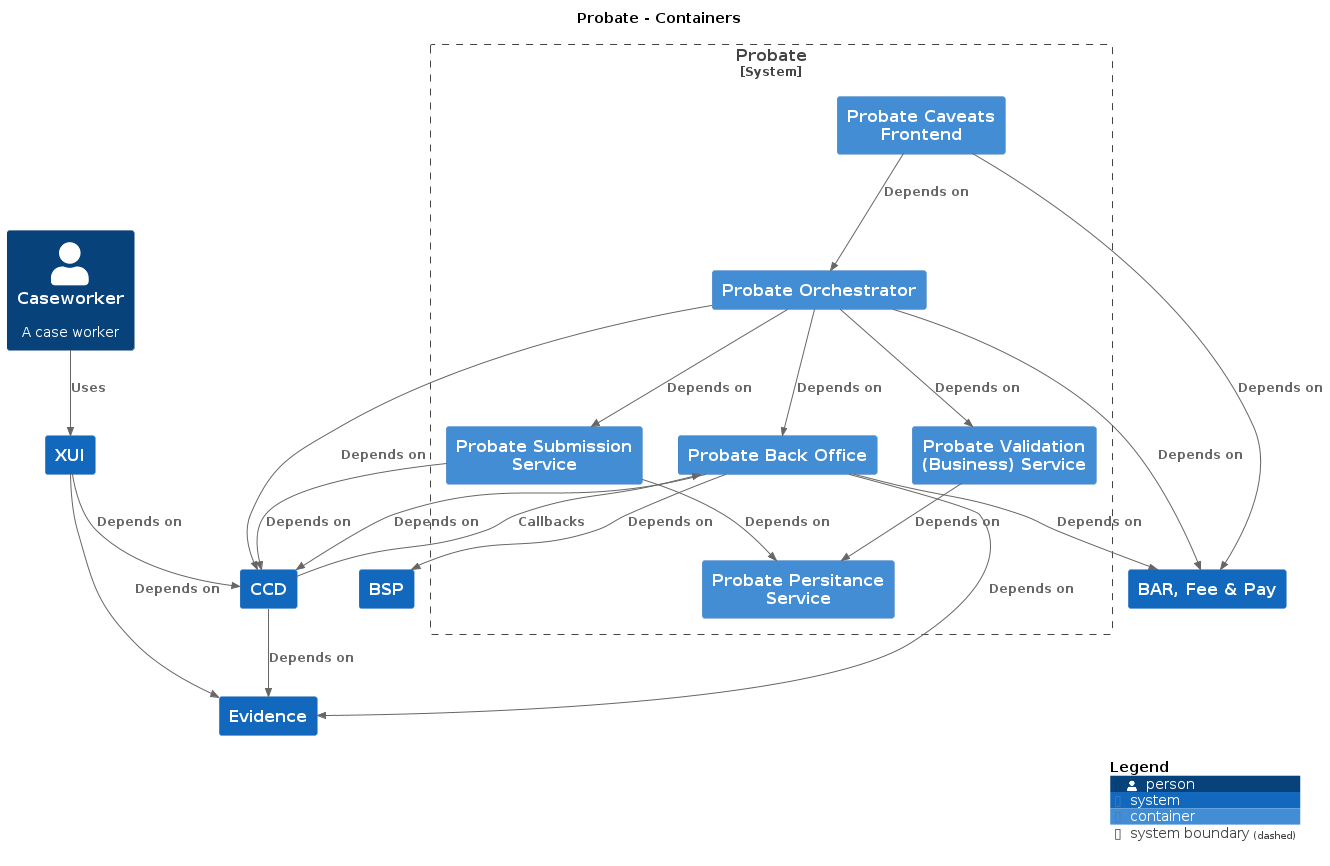
This is docs/c4/probate/images/structurizr-probate-caseworker.png from hmcts/cnp-api-docs, a PlantUML export, as it was before one commit. Its diagram source:
```plantuml
@startuml
set separator none
title Probate - Containers

top to bottom direction

!include <C4/C4>
!include <C4/C4_Context>
!include <C4/C4_Container>

System(CCD, "CCD", $descr="", $tags="", $link="")
System(BSP, "BSP", $descr="", $tags="", $link="")
System(BARFeePay, "BAR, Fee & Pay", $descr="", $tags="", $link="")
System(Evidence, "Evidence", $descr="", $tags="", $link="")
Person(Caseworker, "Caseworker", $descr="A case worker", $tags="", $link="")
System(XUI, "XUI", $descr="", $tags="", $link="")

System_Boundary("Probate_boundary", "Probate", $tags="") {
  Container(Probate.ProbatePersitanceService, "Probate Persitance Service", $techn="", $descr="", $tags="", $link="")
  Container(Probate.ProbateSubmissionService, "Probate Submission Service", $techn="", $descr="", $tags="", $link="")
  Container(Probate.ProbateCaveatsFrontend, "Probate Caveats Frontend", $techn="", $descr="", $tags="", $link="")
  Container(Probate.ProbateOrchestrator, "Probate Orchestrator", $techn="", $descr="", $tags="", $link="")
  Container(Probate.ProbateBackOffice, "Probate Back Office", $techn="", $descr="", $tags="", $link="")
  Container(Probate.ProbateValidationBusinessService, "Probate Validation (Business) Service", $techn="", $descr="", $tags="", $link="")
}

Rel_D(CCD, Evidence, "Depends on", $techn="", $tags="", $link="")
Rel_D(XUI, Evidence, "Depends on", $techn="", $tags="", $link="")
Rel_D(XUI, CCD, "Depends on", $techn="", $tags="", $link="")
Rel_D(Probate.ProbateSubmissionService, CCD, "Depends on", $techn="", $tags="", $link="")
Rel_D(Probate.ProbateSubmissionService, Probate.ProbatePersitanceService, "Depends on", $techn="", $tags="", $link="")
Rel_D(Probate.ProbateCaveatsFrontend, BARFeePay, "Depends on", $techn="", $tags="", $link="")
Rel_D(Probate.ProbateCaveatsFrontend, Probate.ProbateOrchestrator, "Depends on", $techn="", $tags="", $link="")
Rel_D(Probate.ProbateOrchestrator, Probate.ProbateSubmissionService, "Depends on", $techn="", $tags="", $link="")
Rel_D(Probate.ProbateOrchestrator, Probate.ProbateValidationBusinessService, "Depends on", $techn="", $tags="", $link="")
Rel_D(Probate.ProbateOrchestrator, Probate.ProbateBackOffice, "Depends on", $techn="", $tags="", $link="")
Rel_D(Probate.ProbateOrchestrator, BARFeePay, "Depends on", $techn="", $tags="", $link="")
Rel_D(Probate.ProbateOrchestrator, CCD, "Depends on", $techn="", $tags="", $link="")
Rel_D(Probate.ProbateBackOffice, CCD, "Depends on", $techn="", $tags="", $link="")
Rel_D(Probate.ProbateBackOffice, BARFeePay, "Depends on", $techn="", $tags="", $link="")
Rel_D(Probate.ProbateBackOffice, Evidence, "Depends on", $techn="", $tags="", $link="")
Rel_D(Probate.ProbateBackOffice, BSP, "Depends on", $techn="", $tags="", $link="")
Rel_D(Probate.ProbateValidationBusinessService, Probate.ProbatePersitanceService, "Depends on", $techn="", $tags="", $link="")
Rel_D(Caseworker, XUI, "Uses", $techn="", $tags="", $link="")
Rel_D(CCD, Probate.ProbateBackOffice, "Callbacks", $techn="", $tags="", $link="")

SHOW_DYNAMIC_LEGEND()
@enduml
```
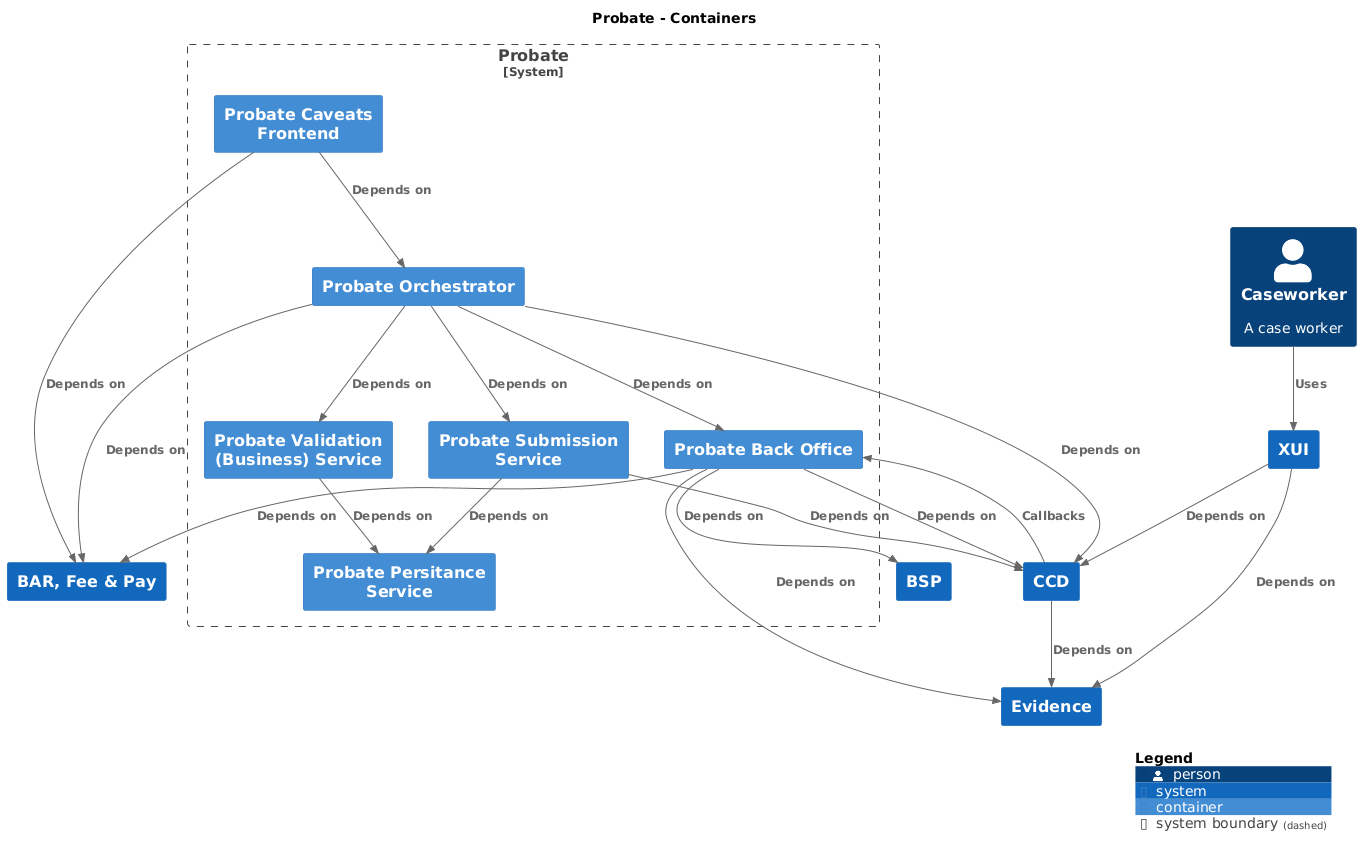
The same file after the commit.

Change to the diagram source:
```diff
@@ -8,12 +8,12 @@
 !include <C4/C4_Context>
 !include <C4/C4_Container>
 
+System(BARFeePay, "BAR, Fee & Pay", $descr="", $tags="", $link="")
 System(CCD, "CCD", $descr="", $tags="", $link="")
+System(Evidence, "Evidence", $descr="", $tags="", $link="")
 System(BSP, "BSP", $descr="", $tags="", $link="")
-System(BARFeePay, "BAR, Fee & Pay", $descr="", $tags="", $link="")
-System(Evidence, "Evidence", $descr="", $tags="", $link="")
+System(XUI, "XUI", $descr="", $tags="", $link="")
 Person(Caseworker, "Caseworker", $descr="A case worker", $tags="", $link="")
-System(XUI, "XUI", $descr="", $tags="", $link="")
 
 System_Boundary("Probate_boundary", "Probate", $tags="") {
   Container(Probate.ProbatePersitanceService, "Probate Persitance Service", $techn="", $descr="", $tags="", $link="")
@@ -24,25 +24,25 @@
   Container(Probate.ProbateValidationBusinessService, "Probate Validation (Business) Service", $techn="", $descr="", $tags="", $link="")
 }
 
-Rel_D(CCD, Evidence, "Depends on", $techn="", $tags="", $link="")
-Rel_D(XUI, Evidence, "Depends on", $techn="", $tags="", $link="")
-Rel_D(XUI, CCD, "Depends on", $techn="", $tags="", $link="")
-Rel_D(Probate.ProbateSubmissionService, CCD, "Depends on", $techn="", $tags="", $link="")
-Rel_D(Probate.ProbateSubmissionService, Probate.ProbatePersitanceService, "Depends on", $techn="", $tags="", $link="")
-Rel_D(Probate.ProbateCaveatsFrontend, BARFeePay, "Depends on", $techn="", $tags="", $link="")
-Rel_D(Probate.ProbateCaveatsFrontend, Probate.ProbateOrchestrator, "Depends on", $techn="", $tags="", $link="")
-Rel_D(Probate.ProbateOrchestrator, Probate.ProbateSubmissionService, "Depends on", $techn="", $tags="", $link="")
-Rel_D(Probate.ProbateOrchestrator, Probate.ProbateValidationBusinessService, "Depends on", $techn="", $tags="", $link="")
-Rel_D(Probate.ProbateOrchestrator, Probate.ProbateBackOffice, "Depends on", $techn="", $tags="", $link="")
-Rel_D(Probate.ProbateOrchestrator, BARFeePay, "Depends on", $techn="", $tags="", $link="")
-Rel_D(Probate.ProbateOrchestrator, CCD, "Depends on", $techn="", $tags="", $link="")
-Rel_D(Probate.ProbateBackOffice, CCD, "Depends on", $techn="", $tags="", $link="")
-Rel_D(Probate.ProbateBackOffice, BARFeePay, "Depends on", $techn="", $tags="", $link="")
-Rel_D(Probate.ProbateBackOffice, Evidence, "Depends on", $techn="", $tags="", $link="")
-Rel_D(Probate.ProbateBackOffice, BSP, "Depends on", $techn="", $tags="", $link="")
-Rel_D(Probate.ProbateValidationBusinessService, Probate.ProbatePersitanceService, "Depends on", $techn="", $tags="", $link="")
-Rel_D(Caseworker, XUI, "Uses", $techn="", $tags="", $link="")
-Rel_D(CCD, Probate.ProbateBackOffice, "Callbacks", $techn="", $tags="", $link="")
+Rel(CCD, Evidence, "Depends on", $techn="", $tags="", $link="")
+Rel(XUI, Evidence, "Depends on", $techn="", $tags="", $link="")
+Rel(XUI, CCD, "Depends on", $techn="", $tags="", $link="")
+Rel(Probate.ProbateSubmissionService, CCD, "Depends on", $techn="", $tags="", $link="")
+Rel(Probate.ProbateSubmissionService, Probate.ProbatePersitanceService, "Depends on", $techn="", $tags="", $link="")
+Rel(Probate.ProbateCaveatsFrontend, BARFeePay, "Depends on", $techn="", $tags="", $link="")
+Rel(Probate.ProbateCaveatsFrontend, Probate.ProbateOrchestrator, "Depends on", $techn="", $tags="", $link="")
+Rel(Probate.ProbateOrchestrator, Probate.ProbateSubmissionService, "Depends on", $techn="", $tags="", $link="")
+Rel(Probate.ProbateOrchestrator, Probate.ProbateValidationBusinessService, "Depends on", $techn="", $tags="", $link="")
+Rel(Probate.ProbateOrchestrator, Probate.ProbateBackOffice, "Depends on", $techn="", $tags="", $link="")
+Rel(Probate.ProbateOrchestrator, BARFeePay, "Depends on", $techn="", $tags="", $link="")
+Rel(Probate.ProbateOrchestrator, CCD, "Depends on", $techn="", $tags="", $link="")
+Rel(Probate.ProbateBackOffice, CCD, "Depends on", $techn="", $tags="", $link="")
+Rel(Probate.ProbateBackOffice, BARFeePay, "Depends on", $techn="", $tags="", $link="")
+Rel(Probate.ProbateBackOffice, Evidence, "Depends on", $techn="", $tags="", $link="")
+Rel(Probate.ProbateBackOffice, BSP, "Depends on", $techn="", $tags="", $link="")
+Rel(Probate.ProbateValidationBusinessService, Probate.ProbatePersitanceService, "Depends on", $techn="", $tags="", $link="")
+Rel(Caseworker, XUI, "Uses", $techn="", $tags="", $link="")
+Rel(CCD, Probate.ProbateBackOffice, "Callbacks", $techn="", $tags="", $link="")
 
 SHOW_DYNAMIC_LEGEND()
 @enduml
```
